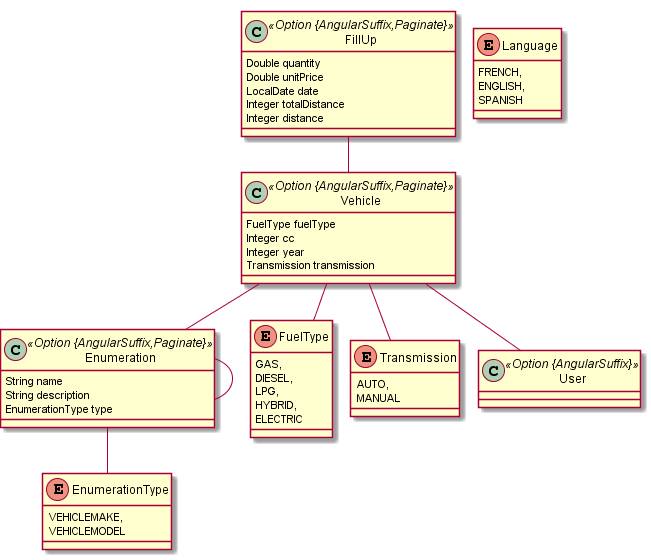
Earlier version of the PlantUML export jhipster-jdl.png (hazerbaker/yakitanaliz).
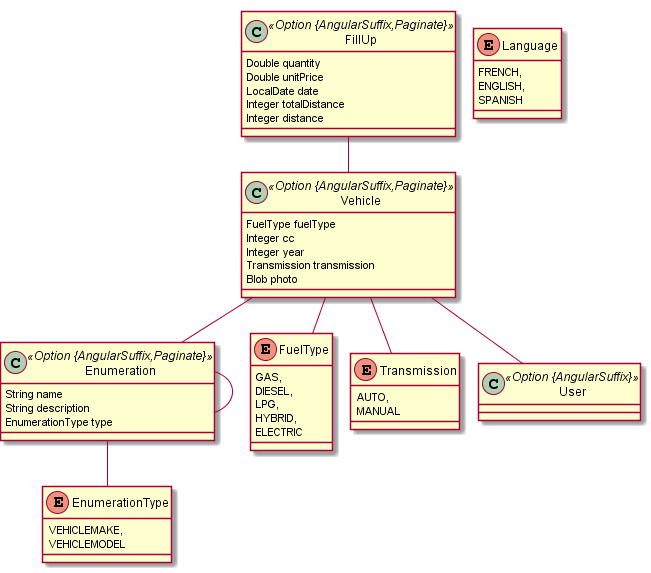
Later version of the same file.

Diff of the diagram source:
```diff
@@ -12,6 +12,7 @@
 		Integer cc
 		Integer year
 		Transmission transmission
+		Blob photo
 	}
 	Vehicle ..> FuelType
 	Vehicle ..> Transmission
```
